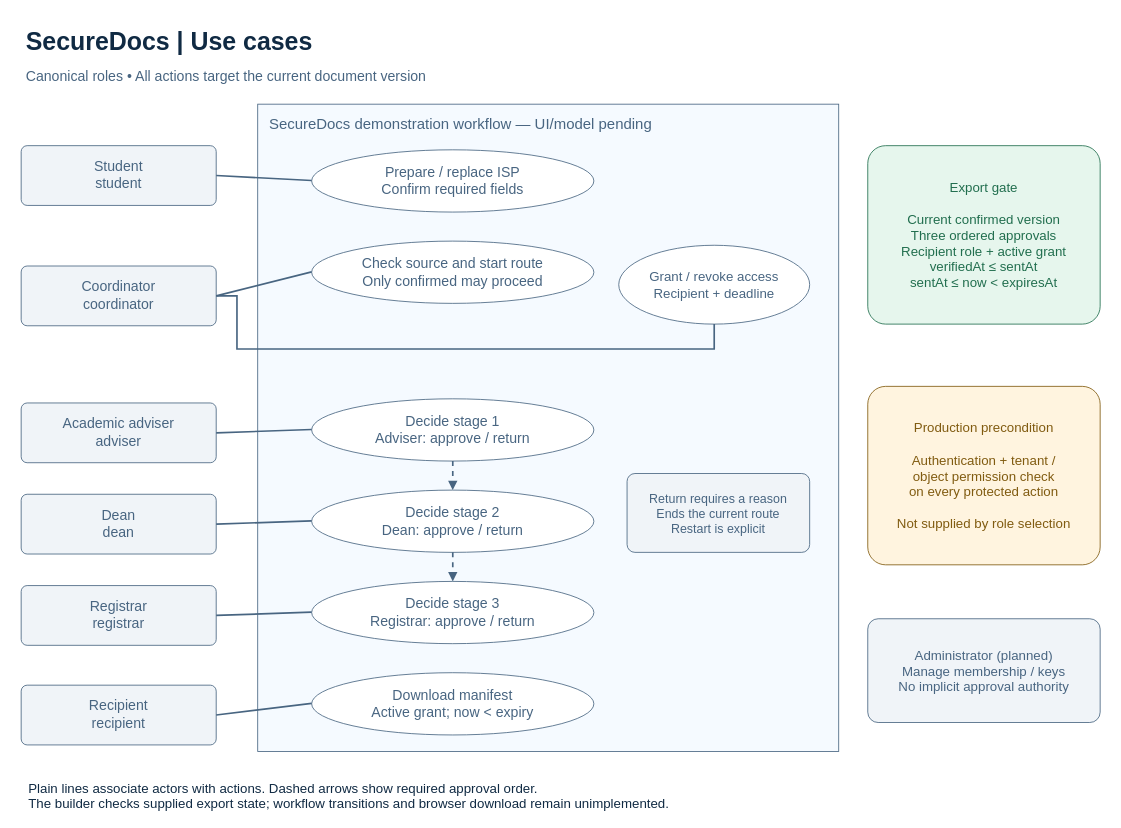
Before: diagrams/use-cases.drawio in nifflyar/SecureDocs, a draw.io diagram. Source tidied: cells renumbered, new cells numbered last; positions are measured from the earlier drawing's top-left corner, leaving out a move shared by most shapes. Both pictures are drawn from the tidied source at 83%, with x=0, y=0 at pixel (14, 14).
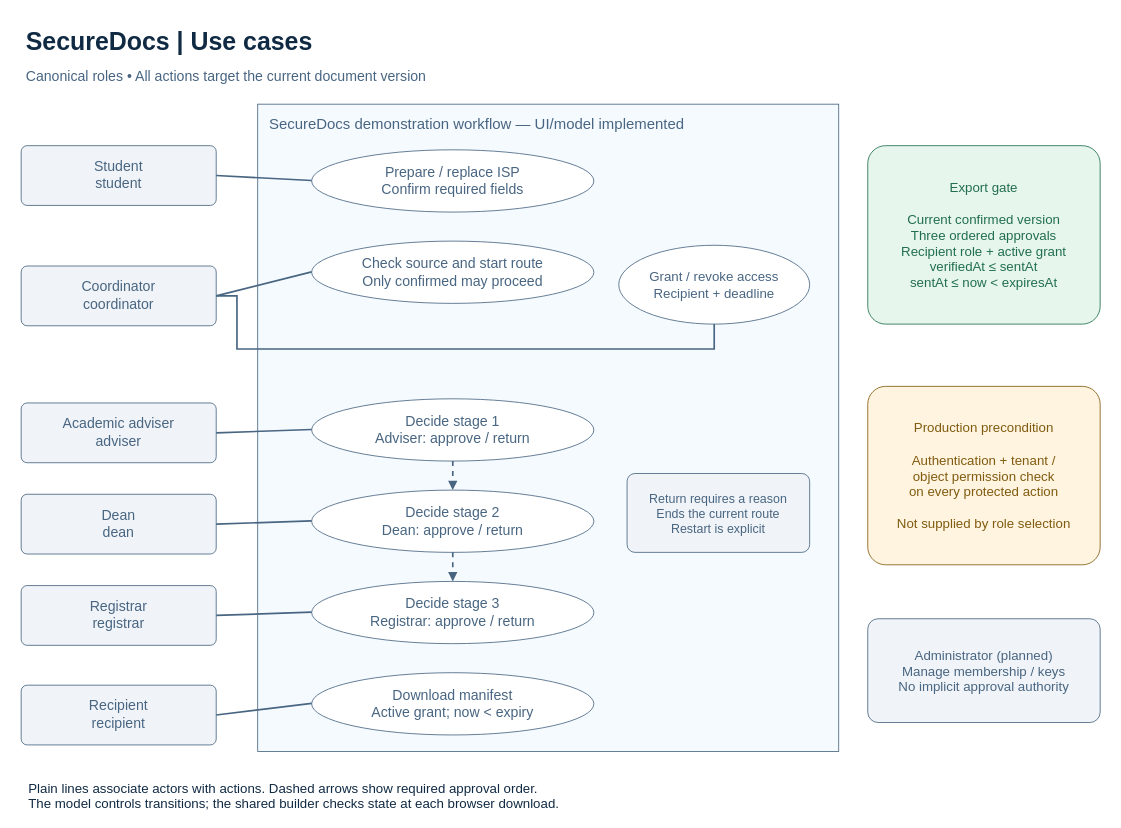
The same page after the edit.

What changed in the source:
```diff
@@
-    <mxCell id="4" value="SecureDocs demonstration workflow — UI/model pending" style="whiteSpace=wrap;html=0;fillColor=#f5faff;strokeColor=#486581;fontColor=#486581;fontSize=18;fontFamily=Arial;rounded=0;align=left;verticalAlign=top;spacingLeft=12;spacingTop=8;" parent="1" vertex="1">
+    <mxCell id="4" value="SecureDocs demonstration workflow — UI/model implemented" style="whiteSpace=wrap;html=0;fillColor=#f5faff;strokeColor=#486581;fontColor=#486581;fontSize=18;fontFamily=Arial;rounded=0;align=left;verticalAlign=top;spacingLeft=12;spacingTop=8;" parent="1" vertex="1">
       <mxGeometry x="293" y="108" width="700" height="780" as="geometry" />
     </mxCell>
@@
-    <mxCell id="22" value="Plain lines associate actors with actions. Dashed arrows show required approval order.&#10;The builder checks supplied export state; workflow transitions and browser download remain unimplemented." style="whiteSpace=wrap;html=0;fillColor=none;strokeColor=#102a43;fontColor=#102a43;fontSize=16;fontFamily=Arial;text;strokeColor=none;align=left;verticalAlign=top;spacingLeft=12;spacingTop=8;" parent="1" vertex="1">
+    <mxCell id="22" value="Plain lines associate actors with actions. Dashed arrows show required approval order.&#10;The model controls transitions; the shared builder checks state at each browser download." style="whiteSpace=wrap;html=0;fillColor=none;strokeColor=#102a43;fontColor=#102a43;fontSize=16;fontFamily=Arial;text;strokeColor=none;align=left;verticalAlign=top;spacingLeft=12;spacingTop=8;" parent="1" vertex="1">
       <mxGeometry x="3" y="908" width="1300" height="55" as="geometry" />
     </mxCell>
```
